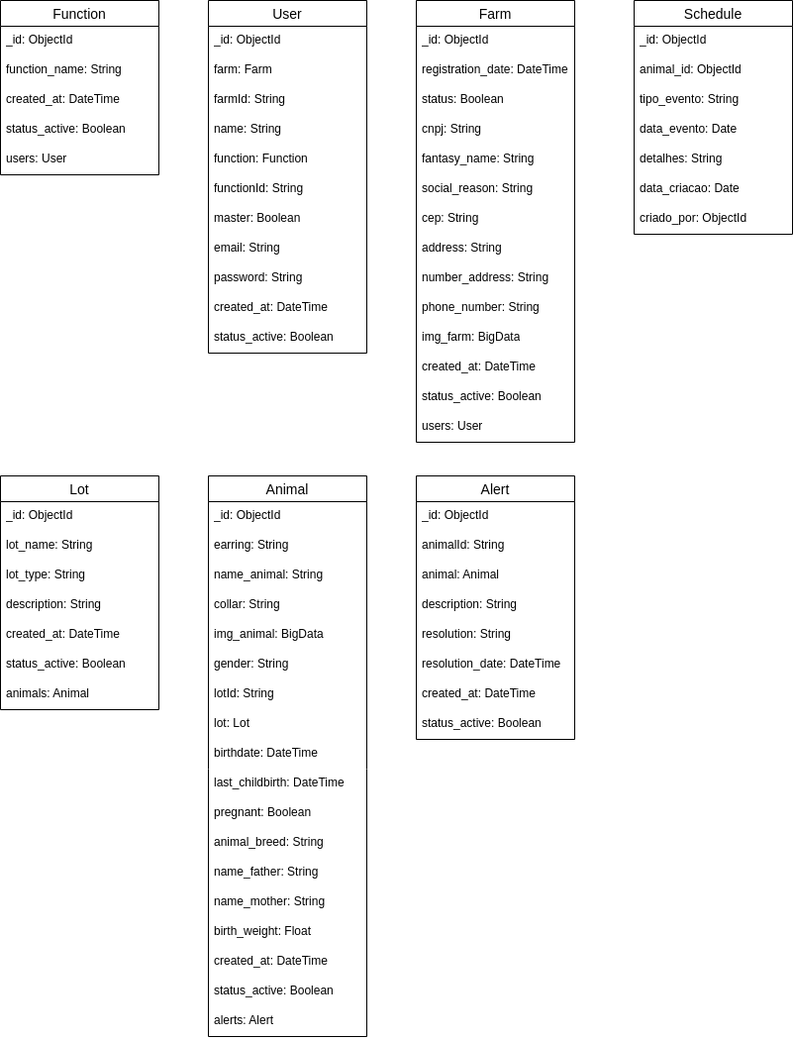
This is docs/NoAM.png from FatecFranca/DSM-G05-PI3-2024-2, a draw.io export, as it was before one commit. Source tidied: cells renumbered, new cells last; positions are measured from the earlier drawing's top-left corner, leaving out a move shared by most shapes.
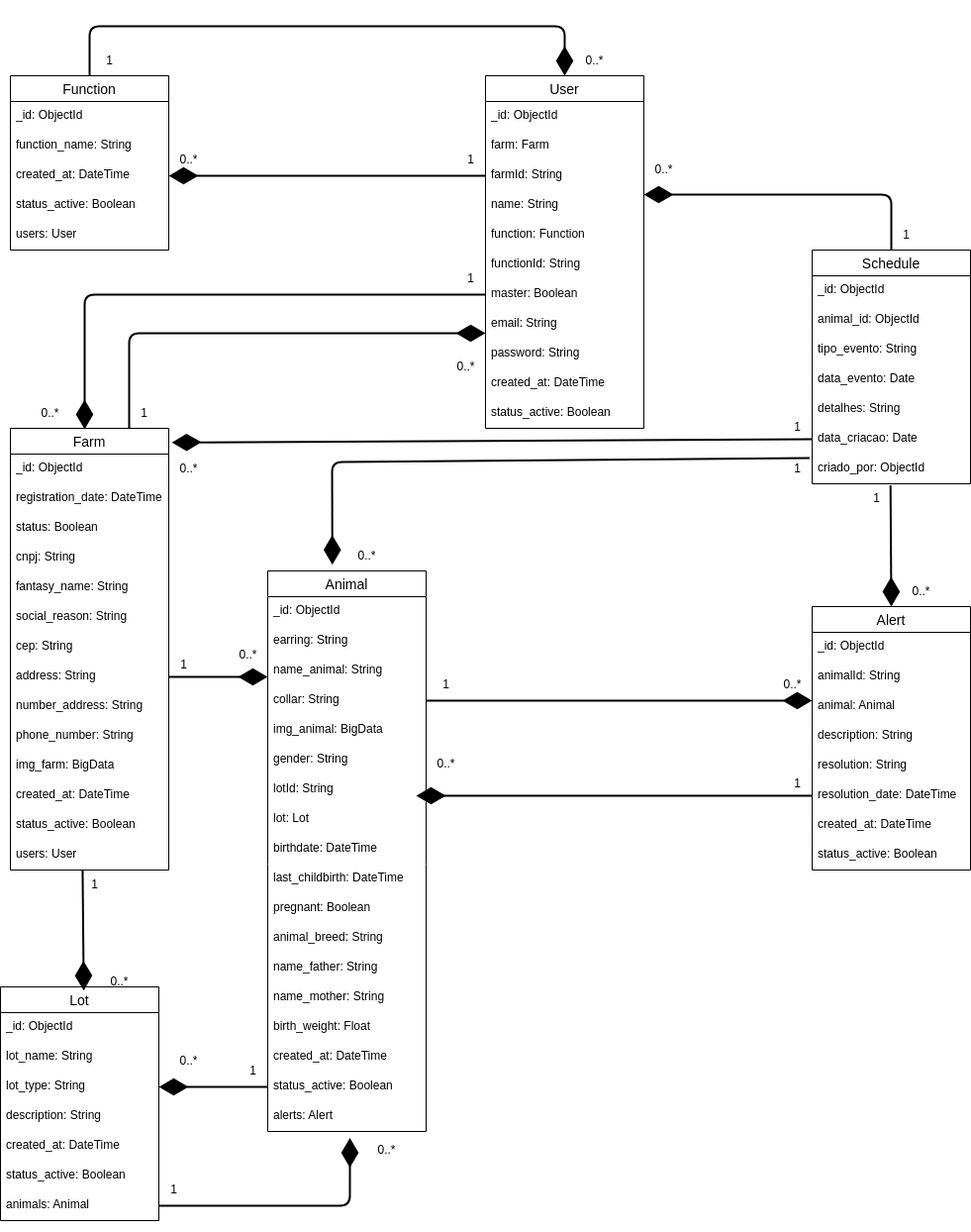
After the commit.

Change to the diagram source:
```diff
@@ -3,7 +3,7 @@
     <mxCell id="0" />
     <mxCell id="1" parent="0" />
     <mxCell id="2" value="User" style="swimlane;fontStyle=0;horizontal=1;startSize=26;align=center;fontSize=14;textShadow=1;" parent="1" vertex="1">
-      <mxGeometry x="210" width="160" height="356" as="geometry" />
+      <mxGeometry x="-185" width="160" height="356" as="geometry" />
     </mxCell>
     <mxCell id="3" value="_id: ObjectId" style="text;strokeColor=none;fillColor=none;spacingLeft=4;spacingRight=4;overflow=hidden;fontSize=12;whiteSpace=wrap;html=1;textShadow=1;" parent="2" vertex="1">
       <mxGeometry y="26" width="160" height="30" as="geometry" />
@@ -39,7 +39,7 @@
       <mxGeometry y="326" width="160" height="30" as="geometry" />
     </mxCell>
     <mxCell id="14" value="Farm" style="swimlane;fontStyle=0;horizontal=1;startSize=26;align=center;fontSize=14;textShadow=1;" parent="1" vertex="1">
-      <mxGeometry x="420" width="160" height="446" as="geometry" />
+      <mxGeometry x="-665" y="356" width="160" height="446" as="geometry" />
     </mxCell>
     <mxCell id="15" value="_id: ObjectId" style="text;strokeColor=none;fillColor=none;spacingLeft=4;spacingRight=4;overflow=hidden;fontSize=12;whiteSpace=wrap;html=1;textShadow=1;" parent="14" vertex="1">
       <mxGeometry y="26" width="160" height="30" as="geometry" />
@@ -84,7 +84,7 @@
       <mxGeometry y="416" width="160" height="30" as="geometry" />
     </mxCell>
     <mxCell id="29" value="Animal " style="swimlane;fontStyle=0;horizontal=1;startSize=26;align=center;fontSize=14;textShadow=1;" parent="1" vertex="1">
-      <mxGeometry x="210" y="480" width="160" height="566" as="geometry" />
+      <mxGeometry x="-405" y="500" width="160" height="566" as="geometry" />
     </mxCell>
     <mxCell id="30" value="_id: ObjectId" style="text;strokeColor=none;fillColor=none;spacingLeft=4;spacingRight=4;overflow=hidden;fontSize=12;whiteSpace=wrap;html=1;textShadow=1;" parent="29" vertex="1">
       <mxGeometry y="26" width="160" height="30" as="geometry" />
@@ -141,7 +141,7 @@
       <mxGeometry y="536" width="160" height="30" as="geometry" />
     </mxCell>
     <mxCell id="48" value="Alert" style="swimlane;fontStyle=0;horizontal=1;startSize=26;align=center;fontSize=14;textShadow=1;" parent="1" vertex="1">
-      <mxGeometry x="420" y="480" width="160" height="266" as="geometry" />
+      <mxGeometry x="145" y="536" width="160" height="266" as="geometry" />
     </mxCell>
     <mxCell id="49" value="_id: ObjectId" style="text;strokeColor=none;fillColor=none;spacingLeft=4;spacingRight=4;overflow=hidden;fontSize=12;whiteSpace=wrap;html=1;textShadow=1;" parent="48" vertex="1">
       <mxGeometry y="26" width="160" height="30" as="geometry" />
@@ -168,7 +168,7 @@
       <mxGeometry y="236" width="160" height="30" as="geometry" />
     </mxCell>
     <mxCell id="57" value="Schedule" style="swimlane;fontStyle=0;horizontal=1;startSize=26;align=center;fontSize=14;textShadow=1;" parent="1" vertex="1">
-      <mxGeometry x="640" width="160" height="236" as="geometry" />
+      <mxGeometry x="145" y="176" width="160" height="236" as="geometry" />
     </mxCell>
     <mxCell id="58" value="_id: ObjectId" style="text;strokeColor=none;fillColor=none;spacingLeft=4;spacingRight=4;overflow=hidden;fontSize=12;whiteSpace=wrap;html=1;textShadow=1;" parent="57" vertex="1">
       <mxGeometry y="26" width="160" height="30" as="geometry" />
@@ -192,7 +192,7 @@
       <mxGeometry y="206" width="160" height="30" as="geometry" />
     </mxCell>
     <mxCell id="65" value="Function" style="swimlane;fontStyle=0;horizontal=1;startSize=26;align=center;fontSize=14;textShadow=1;" parent="1" vertex="1">
-      <mxGeometry width="160" height="176" as="geometry" />
+      <mxGeometry x="-665" width="160" height="176" as="geometry" />
     </mxCell>
     <mxCell id="66" value="_id: ObjectId" style="text;strokeColor=none;fillColor=none;spacingLeft=4;spacingRight=4;overflow=hidden;fontSize=12;whiteSpace=wrap;html=1;textShadow=1;" parent="65" vertex="1">
       <mxGeometry y="26" width="160" height="30" as="geometry" />
@@ -210,7 +210,7 @@
       <mxGeometry y="146" width="160" height="30" as="geometry" />
     </mxCell>
     <mxCell id="71" value="Lot" style="swimlane;fontStyle=0;horizontal=1;startSize=26;align=center;fontSize=14;textShadow=1;" parent="1" vertex="1">
-      <mxGeometry y="480" width="160" height="236" as="geometry" />
+      <mxGeometry x="-675" y="920" width="160" height="236" as="geometry" />
     </mxCell>
     <mxCell id="72" value="_id: ObjectId" style="text;strokeColor=none;fillColor=none;spacingLeft=4;spacingRight=4;overflow=hidden;fontSize=12;whiteSpace=wrap;html=1;textShadow=1;" parent="71" vertex="1">
       <mxGeometry y="26" width="160" height="30" as="geometry" />
@@ -233,5 +233,171 @@
     <mxCell id="78" value="animals: Animal" style="text;strokeColor=none;fillColor=none;spacingLeft=4;spacingRight=4;overflow=hidden;points=[[0,0.5],[1,0.5]];portConstraint=eastwest;fontSize=12;whiteSpace=wrap;html=1;textShadow=1;" parent="71" vertex="1">
       <mxGeometry y="206" width="160" height="30" as="geometry" />
     </mxCell>
+    <mxCell id="79" style="endArrow=diamondThin;endFill=1;endSize=24;html=1;strokeWidth=2;entryX=0.5;entryY=0;entryDx=0;entryDy=0;exitX=0.495;exitY=1.047;exitDx=0;exitDy=0;exitPerimeter=0;" parent="1" edge="1" source="64" target="48">
+      <mxGeometry relative="1" as="geometry" />
+    </mxCell>
+    <mxCell id="80" value="0..*" style="text;html=1;align=center;verticalAlign=middle;strokeColor=none;fillColor=none;" parent="1" vertex="1">
+      <mxGeometry x="235" y="506" width="40" height="30" as="geometry" />
+    </mxCell>
+    <mxCell id="81" value="0..*" style="text;html=1;align=center;verticalAlign=middle;strokeColor=none;fillColor=none;" parent="1" vertex="1">
+      <mxGeometry x="105" y="600" width="40" height="30" as="geometry" />
+    </mxCell>
+    <mxCell id="82" value="0..*" style="text;html=1;align=center;verticalAlign=middle;strokeColor=none;fillColor=none;" parent="1" vertex="1">
+      <mxGeometry x="-25" y="80" width="40" height="30" as="geometry" />
+    </mxCell>
+    <mxCell id="83" value="0..*" style="text;html=1;align=center;verticalAlign=middle;strokeColor=none;fillColor=none;" parent="1" vertex="1">
+      <mxGeometry x="-95" y="-30" width="40" height="30" as="geometry" />
+    </mxCell>
+    <mxCell id="84" value="0..*" style="text;html=1;align=center;verticalAlign=middle;strokeColor=none;fillColor=none;" parent="1" vertex="1">
+      <mxGeometry x="-505" y="70" width="40" height="30" as="geometry" />
+    </mxCell>
+    <mxCell id="85" value="0..*" style="text;html=1;align=center;verticalAlign=middle;strokeColor=none;fillColor=none;" parent="1" vertex="1">
+      <mxGeometry x="-645" y="326" width="40" height="30" as="geometry" />
+    </mxCell>
+    <mxCell id="86" value="0..*" style="text;html=1;align=center;verticalAlign=middle;strokeColor=none;fillColor=none;" parent="1" vertex="1">
+      <mxGeometry x="-505" y="382" width="40" height="30" as="geometry" />
+    </mxCell>
+    <mxCell id="87" value="0..*" style="text;html=1;align=center;verticalAlign=middle;strokeColor=none;fillColor=none;" parent="1" vertex="1">
+      <mxGeometry x="-505" y="980" width="40" height="30" as="geometry" />
+    </mxCell>
+    <mxCell id="88" value="0..*" style="text;html=1;align=center;verticalAlign=middle;strokeColor=none;fillColor=none;" parent="1" vertex="1">
+      <mxGeometry x="-305" y="1070" width="40" height="30" as="geometry" />
+    </mxCell>
+    <mxCell id="89" value="0..*" style="text;html=1;align=center;verticalAlign=middle;strokeColor=none;fillColor=none;" parent="1" vertex="1">
+      <mxGeometry x="-325" y="470" width="40" height="30" as="geometry" />
+    </mxCell>
+    <mxCell id="90" style="endArrow=diamondThin;endFill=1;endSize=24;html=1;strokeWidth=2;exitX=0.5;exitY=0;exitDx=0;exitDy=0;" parent="1" edge="1" source="57">
+      <mxGeometry relative="1" as="geometry">
+        <mxPoint x="-25" y="120" as="targetPoint" />
+        <Array as="points">
+          <mxPoint x="225" y="120" />
+        </Array>
+      </mxGeometry>
+    </mxCell>
+    <mxCell id="91" style="endArrow=diamondThin;endFill=1;endSize=24;html=1;strokeWidth=2;entryX=0.5;entryY=0;entryDx=0;entryDy=0;exitX=0.5;exitY=0;exitDx=0;exitDy=0;" parent="1" edge="1" source="65" target="2">
+      <mxGeometry relative="1" as="geometry">
+        <Array as="points">
+          <mxPoint x="-585" y="-50" />
+          <mxPoint x="-345" y="-50" />
+          <mxPoint x="-105" y="-50" />
+        </Array>
+      </mxGeometry>
+    </mxCell>
+    <mxCell id="92" style="endArrow=diamondThin;endFill=1;endSize=24;html=1;strokeWidth=2;entryX=1;entryY=0.5;entryDx=0;entryDy=0;exitX=0;exitY=0.5;exitDx=0;exitDy=0;" parent="1" edge="1" source="5" target="68">
+      <mxGeometry relative="1" as="geometry" />
+    </mxCell>
+    <mxCell id="93" value="0..*" style="text;html=1;align=center;verticalAlign=middle;strokeColor=none;fillColor=none;" parent="1" vertex="1">
+      <mxGeometry x="-225" y="279" width="40" height="30" as="geometry" />
+    </mxCell>
+    <mxCell id="94" style="endArrow=diamondThin;endFill=1;endSize=24;html=1;strokeWidth=2;exitX=0.75;exitY=0;exitDx=0;exitDy=0;" parent="1" edge="1" source="14">
+      <mxGeometry relative="1" as="geometry">
+        <mxPoint x="-185" y="260" as="targetPoint" />
+        <Array as="points">
+          <mxPoint x="-545" y="260" />
+        </Array>
+      </mxGeometry>
+    </mxCell>
+    <mxCell id="95" style="endArrow=diamondThin;endFill=1;endSize=24;html=1;strokeWidth=2;exitX=0;exitY=0.5;exitDx=0;exitDy=0;" parent="1" edge="1" source="9">
+      <mxGeometry relative="1" as="geometry">
+        <mxPoint x="-590" y="357" as="targetPoint" />
+        <Array as="points">
+          <mxPoint x="-590" y="221" />
+        </Array>
+      </mxGeometry>
+    </mxCell>
+    <mxCell id="96" style="endArrow=diamondThin;endFill=1;endSize=24;html=1;strokeWidth=2;exitX=1;exitY=0.5;exitDx=0;exitDy=0;" parent="1" edge="1" source="22">
+      <mxGeometry relative="1" as="geometry">
+        <mxPoint x="-405" y="607" as="targetPoint" />
+      </mxGeometry>
+    </mxCell>
+    <mxCell id="97" value="0..*" style="text;html=1;align=center;verticalAlign=middle;strokeColor=none;fillColor=none;" parent="1" vertex="1">
+      <mxGeometry x="-445" y="570" width="40" height="30" as="geometry" />
+    </mxCell>
+    <mxCell id="98" style="endArrow=diamondThin;endFill=1;endSize=24;html=1;strokeWidth=2;exitX=0.456;exitY=1.019;exitDx=0;exitDy=0;exitPerimeter=0;entryX=0.103;entryY=1.122;entryDx=0;entryDy=0;entryPerimeter=0;" parent="1" edge="1" source="28">
+      <mxGeometry relative="1" as="geometry">
+        <mxPoint x="-590.9" y="923.7" as="targetPoint" />
+      </mxGeometry>
+    </mxCell>
+    <mxCell id="99" value="0..*" style="text;html=1;align=center;verticalAlign=middle;strokeColor=none;fillColor=none;" parent="1" vertex="1">
+      <mxGeometry x="-575" y="900" width="40" height="30" as="geometry" />
+    </mxCell>
+    <mxCell id="100" style="endArrow=diamondThin;endFill=1;endSize=24;html=1;strokeWidth=2;exitX=0;exitY=0.5;exitDx=0;exitDy=0;entryX=1;entryY=0.5;entryDx=0;entryDy=0;" parent="1" edge="1" source="46" target="74">
+      <mxGeometry relative="1" as="geometry" />
+    </mxCell>
+    <mxCell id="101" style="endArrow=diamondThin;endFill=1;endSize=24;html=1;strokeWidth=2;exitX=1;exitY=0.5;exitDx=0;exitDy=0;entryX=0.519;entryY=1.219;entryDx=0;entryDy=0;entryPerimeter=0;" parent="1" edge="1" source="78" target="47">
+      <mxGeometry relative="1" as="geometry">
+        <Array as="points">
+          <mxPoint x="-322" y="1141" />
+        </Array>
+      </mxGeometry>
+    </mxCell>
+    <mxCell id="102" style="endArrow=diamondThin;endFill=1;endSize=24;html=1;strokeWidth=2;exitX=0;exitY=0.5;exitDx=0;exitDy=0;" parent="1" edge="1" source="54">
+      <mxGeometry relative="1" as="geometry">
+        <mxPoint x="-255" y="727" as="targetPoint" />
+        <Array as="points">
+          <mxPoint x="-65" y="727" />
+        </Array>
+      </mxGeometry>
+    </mxCell>
+    <mxCell id="103" value="0..*" style="text;html=1;align=center;verticalAlign=middle;strokeColor=none;fillColor=none;" parent="1" vertex="1">
+      <mxGeometry x="-245" y="680" width="40" height="30" as="geometry" />
+    </mxCell>
+    <mxCell id="104" style="endArrow=diamondThin;endFill=1;endSize=24;html=1;strokeWidth=2;exitX=1;exitY=0.5;exitDx=0;exitDy=0;" parent="1" edge="1" source="33">
+      <mxGeometry relative="1" as="geometry">
+        <mxPoint x="145" y="631" as="targetPoint" />
+      </mxGeometry>
+    </mxCell>
+    <mxCell id="105" style="endArrow=diamondThin;endFill=1;endSize=24;html=1;strokeWidth=2;exitX=-0.016;exitY=0.13;exitDx=0;exitDy=0;exitPerimeter=0;entryX=0.408;entryY=-0.011;entryDx=0;entryDy=0;entryPerimeter=0;" parent="1" edge="1" source="64" target="29">
+      <mxGeometry relative="1" as="geometry">
+        <Array as="points">
+          <mxPoint x="-340" y="390" />
+        </Array>
+      </mxGeometry>
+    </mxCell>
+    <mxCell id="106" style="endArrow=diamondThin;endFill=1;endSize=24;html=1;strokeWidth=2;exitX=0;exitY=0.5;exitDx=0;exitDy=0;entryX=1.019;entryY=0.032;entryDx=0;entryDy=0;entryPerimeter=0;" parent="1" edge="1" source="63" target="14">
+      <mxGeometry relative="1" as="geometry" />
+    </mxCell>
+    <mxCell id="107" value="1" style="text;html=1;align=center;verticalAlign=middle;strokeColor=none;fillColor=none;" parent="1" vertex="1">
+      <mxGeometry x="-580" y="-30" width="30" height="30" as="geometry" />
+    </mxCell>
+    <mxCell id="108" value="1" style="text;html=1;align=center;verticalAlign=middle;strokeColor=none;fillColor=none;" parent="1" vertex="1">
+      <mxGeometry x="-215" y="70" width="30" height="30" as="geometry" />
+    </mxCell>
+    <mxCell id="109" value="1" style="text;html=1;align=center;verticalAlign=middle;strokeColor=none;fillColor=none;" parent="1" vertex="1">
+      <mxGeometry x="-215" y="190" width="30" height="30" as="geometry" />
+    </mxCell>
+    <mxCell id="110" value="1" style="text;html=1;align=center;verticalAlign=middle;strokeColor=none;fillColor=none;" parent="1" vertex="1">
+      <mxGeometry x="-545" y="326" width="30" height="30" as="geometry" />
+    </mxCell>
+    <mxCell id="111" value="1" style="text;html=1;align=center;verticalAlign=middle;strokeColor=none;fillColor=none;" parent="1" vertex="1">
+      <mxGeometry x="-505" y="580" width="30" height="30" as="geometry" />
+    </mxCell>
+    <mxCell id="112" value="1" style="text;html=1;align=center;verticalAlign=middle;strokeColor=none;fillColor=none;" parent="1" vertex="1">
+      <mxGeometry x="-595" y="802" width="30" height="30" as="geometry" />
+    </mxCell>
+    <mxCell id="113" value="1" style="text;html=1;align=center;verticalAlign=middle;strokeColor=none;fillColor=none;" parent="1" vertex="1">
+      <mxGeometry x="-435" y="990" width="30" height="30" as="geometry" />
+    </mxCell>
+    <mxCell id="114" value="1" style="text;html=1;align=center;verticalAlign=middle;strokeColor=none;fillColor=none;" parent="1" vertex="1">
+      <mxGeometry x="-515" y="1110" width="30" height="30" as="geometry" />
+    </mxCell>
+    <mxCell id="115" value="1" style="text;html=1;align=center;verticalAlign=middle;strokeColor=none;fillColor=none;" parent="1" vertex="1">
+      <mxGeometry x="-240" y="600" width="30" height="30" as="geometry" />
+    </mxCell>
+    <mxCell id="116" value="1" style="text;html=1;align=center;verticalAlign=middle;strokeColor=none;fillColor=none;" parent="1" vertex="1">
+      <mxGeometry x="115" y="700" width="30" height="30" as="geometry" />
+    </mxCell>
+    <mxCell id="117" value="1" style="text;html=1;align=center;verticalAlign=middle;strokeColor=none;fillColor=none;" parent="1" vertex="1">
+      <mxGeometry x="195" y="412" width="30" height="30" as="geometry" />
+    </mxCell>
+    <mxCell id="118" value="1" style="text;html=1;align=center;verticalAlign=middle;strokeColor=none;fillColor=none;" parent="1" vertex="1">
+      <mxGeometry x="115" y="382" width="30" height="30" as="geometry" />
+    </mxCell>
+    <mxCell id="119" value="1" style="text;html=1;align=center;verticalAlign=middle;strokeColor=none;fillColor=none;" parent="1" vertex="1">
+      <mxGeometry x="115" y="340" width="30" height="30" as="geometry" />
+    </mxCell>
+    <mxCell id="120" value="1" style="text;html=1;align=center;verticalAlign=middle;strokeColor=none;fillColor=none;" parent="1" vertex="1">
+      <mxGeometry x="225" y="146" width="30" height="30" as="geometry" />
+    </mxCell>
   </root>
 </mxGraphModel>
```
